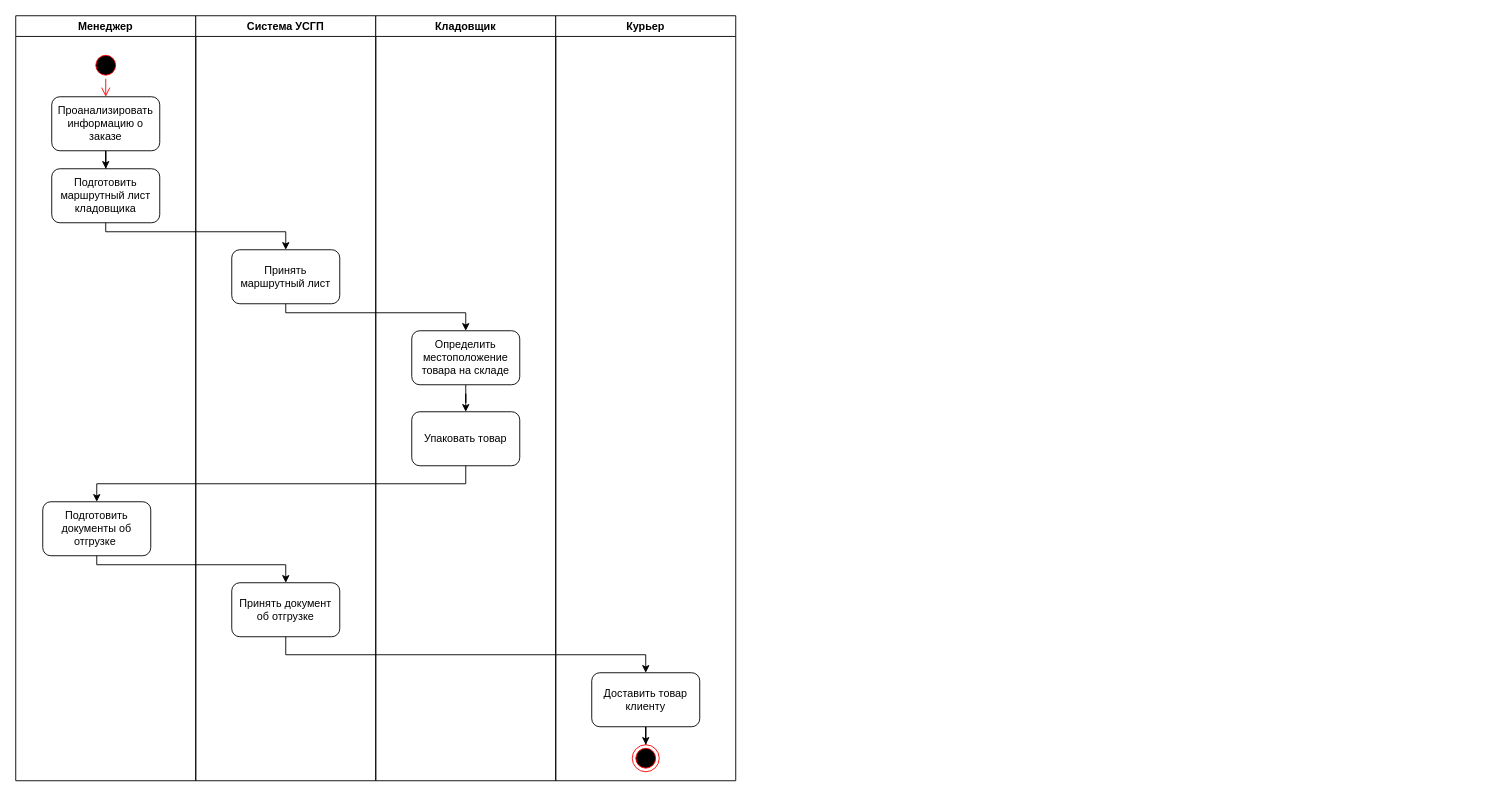
Before: ОРТПС_5.drawio in mopsin666/AKMS, a draw.io diagram. Source tidied: cells renumbered, new cells numbered last; positions are measured from the earlier drawing's top-left corner, leaving out a move shared by most shapes. Both pictures are drawn from the tidied source at 90%, with x=0, y=0 at pixel (15, 15).
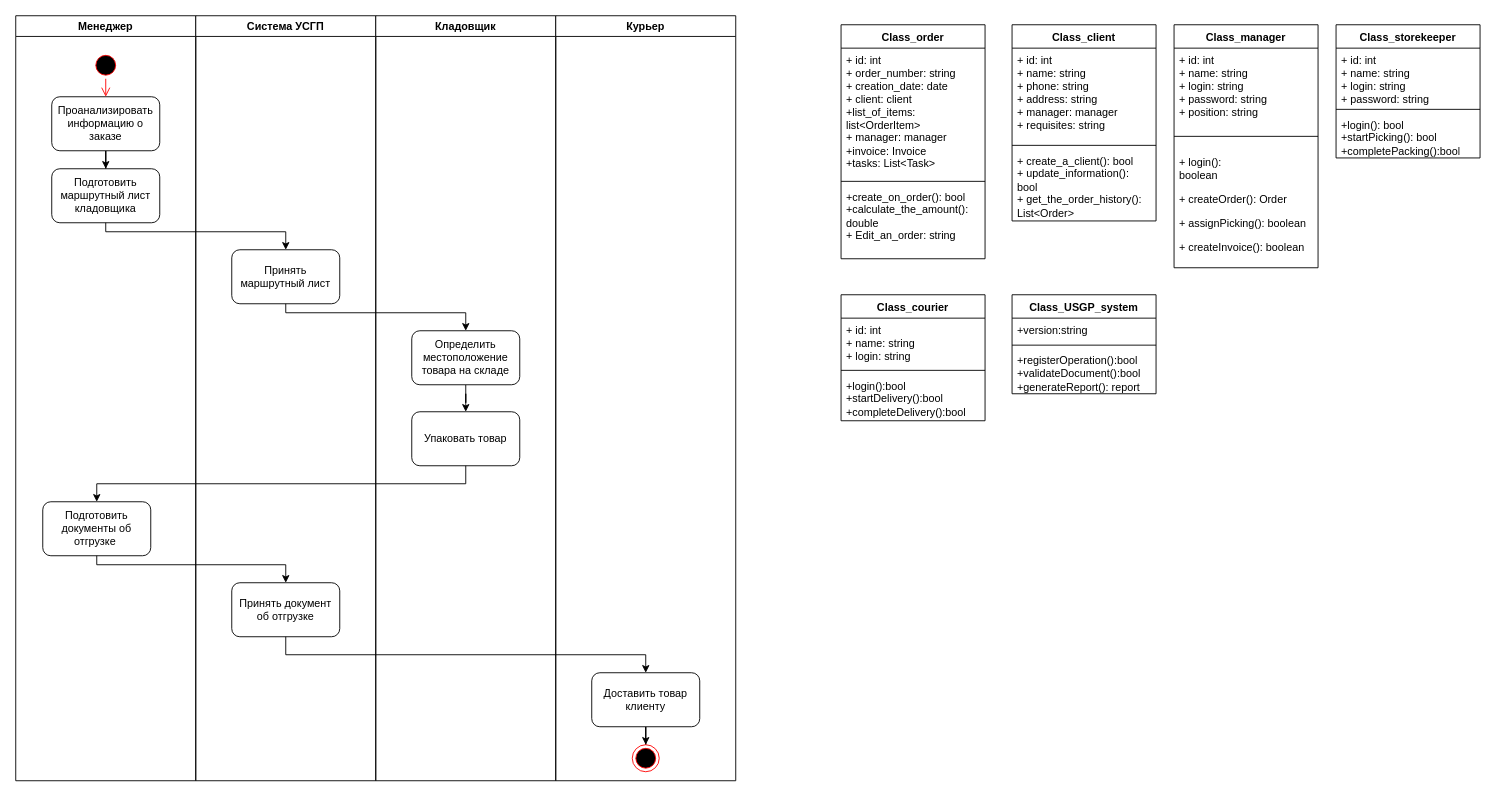
The same diagram, later.

Diff of the diagram source:
```diff
@@
+    <mxCell id="25" value="Class_order" style="swimlane;fontStyle=1;align=center;verticalAlign=top;horizontal=1;startSize=26;whiteSpace=wrap;html=1;" parent="1" vertex="1">
+      <mxGeometry x="917" y="10" width="160" height="260" as="geometry" />
+    </mxCell>
+    <mxCell id="26" value="+ id: int&lt;div&gt;+ order_number: string&amp;nbsp;&lt;/div&gt;&lt;div&gt;+ creation_date: date&lt;/div&gt;&lt;div&gt;+ client: client&lt;/div&gt;&lt;div&gt;+list_of_items: list&amp;lt;OrderItem&amp;gt;&lt;/div&gt;&lt;div&gt;+ manager: manager&lt;/div&gt;&lt;div&gt;+invoice: Invoice&lt;/div&gt;&lt;div&gt;+tasks: List&amp;lt;Task&amp;gt;&lt;/div&gt;" style="text;strokeColor=none;fillColor=none;align=left;verticalAlign=top;spacingLeft=4;spacingRight=4;overflow=hidden;whiteSpace=wrap;html=1;" parent="25" vertex="1">
+      <mxGeometry y="26" width="160" height="144" as="geometry" />
+    </mxCell>
+    <mxCell id="27" style="line;strokeWidth=1;fillColor=none;align=left;verticalAlign=middle;spacingTop=-1;spacingLeft=3;spacingRight=3;labelPosition=right;strokeColor=inherit;" parent="25" vertex="1">
+      <mxGeometry y="170" width="160" height="8" as="geometry" />
+    </mxCell>
+    <mxCell id="28" value="+create_on_order(): bool&lt;div&gt;+calculate_the_amount(): double&lt;/div&gt;&lt;div&gt;+ Edit_an_order: string&lt;/div&gt;" style="text;strokeColor=none;fillColor=none;align=left;verticalAlign=top;spacingLeft=4;spacingRight=4;overflow=hidden;whiteSpace=wrap;html=1;" parent="25" vertex="1">
+      <mxGeometry y="178" width="160" height="82" as="geometry" />
+    </mxCell>
+    <mxCell id="29" value="Class_client" style="swimlane;fontStyle=1;align=center;verticalAlign=top;horizontal=1;startSize=26;whiteSpace=wrap;html=1;" parent="1" vertex="1">
+      <mxGeometry x="1107" y="10" width="160" height="218" as="geometry" />
+    </mxCell>
+    <mxCell id="30" value="+ id: int&lt;div&gt;+ name: string&lt;/div&gt;&lt;div&gt;+ phone: string&lt;/div&gt;&lt;div&gt;+ address: string&lt;/div&gt;&lt;div&gt;+ manager: manager&lt;/div&gt;&lt;div&gt;+ requisites: string&lt;/div&gt;" style="text;strokeColor=none;fillColor=none;align=left;verticalAlign=top;spacingLeft=4;spacingRight=4;overflow=hidden;whiteSpace=wrap;html=1;" parent="29" vertex="1">
+      <mxGeometry y="26" width="160" height="104" as="geometry" />
+    </mxCell>
+    <mxCell id="31" style="line;strokeWidth=1;fillColor=none;align=left;verticalAlign=middle;spacingTop=-1;spacingLeft=3;spacingRight=3;labelPosition=right;strokeColor=inherit;" parent="29" vertex="1">
+      <mxGeometry y="130" width="160" height="8" as="geometry" />
+    </mxCell>
+    <mxCell id="32" value="+ create_a_client(): bool&lt;div&gt;+ update_information(): bool&lt;/div&gt;&lt;div&gt;+ get_the_order_history(): List&amp;lt;Order&amp;gt;&lt;/div&gt;" style="text;strokeColor=none;fillColor=none;align=left;verticalAlign=top;spacingLeft=4;spacingRight=4;overflow=hidden;whiteSpace=wrap;html=1;" parent="29" vertex="1">
+      <mxGeometry y="138" width="160" height="80" as="geometry" />
+    </mxCell>
+    <mxCell id="33" value="Class_manager" style="swimlane;fontStyle=1;align=center;verticalAlign=top;horizontal=1;startSize=26;whiteSpace=wrap;html=1;" parent="1" vertex="1">
+      <mxGeometry x="1287" y="10" width="160" height="270" as="geometry" />
+    </mxCell>
+    <mxCell id="34" value="+ id: int&lt;div&gt;+ name: string&lt;/div&gt;&lt;div&gt;+ login: string&lt;/div&gt;&lt;div&gt;+ password: string&lt;/div&gt;&lt;div&gt;+ position: string&lt;/div&gt;" style="text;strokeColor=none;fillColor=none;align=left;verticalAlign=top;spacingLeft=4;spacingRight=4;overflow=hidden;whiteSpace=wrap;html=1;" parent="33" vertex="1">
+      <mxGeometry y="26" width="160" height="94" as="geometry" />
+    </mxCell>
+    <mxCell id="35" style="line;strokeWidth=1;fillColor=none;align=left;verticalAlign=middle;spacingTop=-1;spacingLeft=3;spacingRight=3;labelPosition=right;strokeColor=inherit;" parent="33" vertex="1">
+      <mxGeometry y="120" width="160" height="8" as="geometry" />
+    </mxCell>
+    <mxCell id="36" value="&lt;p class=&quot;MsoNormal&quot;&gt;&lt;span lang=&quot;EN-US&quot;&gt;+ login():&lt;br&gt;boolean&lt;/span&gt;&lt;/p&gt;&lt;p class=&quot;MsoNormal&quot;&gt;&lt;span style=&quot;background-color: transparent; color: light-dark(rgb(0, 0, 0), rgb(255, 255, 255));&quot;&gt;+&amp;nbsp;&lt;/span&gt;&lt;span style=&quot;background-color: transparent; color: light-dark(rgb(0, 0, 0), rgb(255, 255, 255));&quot;&gt;createOrder(): Order&lt;/span&gt;&lt;/p&gt;&lt;p class=&quot;MsoNormal&quot;&gt;&lt;span style=&quot;background-color: transparent; color: light-dark(rgb(0, 0, 0), rgb(255, 255, 255));&quot;&gt;+&amp;nbsp;&lt;/span&gt;&lt;span style=&quot;background-color: transparent; color: light-dark(rgb(0, 0, 0), rgb(255, 255, 255));&quot;&gt;assignPicking(): boolean&lt;/span&gt;&lt;/p&gt;&lt;p class=&quot;MsoNormal&quot;&gt;&lt;span style=&quot;background-color: transparent; color: light-dark(rgb(0, 0, 0), rgb(255, 255, 255));&quot;&gt;+&amp;nbsp;&lt;/span&gt;&lt;span style=&quot;background-color: transparent; color: light-dark(rgb(0, 0, 0), rgb(255, 255, 255));&quot;&gt;createInvoice(): boolean&lt;/span&gt;&lt;/p&gt;" style="text;strokeColor=none;fillColor=none;align=left;verticalAlign=top;spacingLeft=4;spacingRight=4;overflow=hidden;whiteSpace=wrap;html=1;" parent="33" vertex="1">
+      <mxGeometry y="128" width="160" height="142" as="geometry" />
+    </mxCell>
+    <mxCell id="37" value="Class_storekeeper" style="swimlane;fontStyle=1;align=center;verticalAlign=top;horizontal=1;startSize=26;whiteSpace=wrap;html=1;" parent="1" vertex="1">
+      <mxGeometry x="1467" y="10" width="160" height="148" as="geometry" />
+    </mxCell>
+    <mxCell id="38" value="+ id: int&lt;div&gt;+ name: string&lt;/div&gt;&lt;div&gt;+ login: string&lt;/div&gt;&lt;div&gt;+ password: string&lt;/div&gt;" style="text;strokeColor=none;fillColor=none;align=left;verticalAlign=top;spacingLeft=4;spacingRight=4;overflow=hidden;whiteSpace=wrap;html=1;" parent="37" vertex="1">
+      <mxGeometry y="26" width="160" height="64" as="geometry" />
+    </mxCell>
+    <mxCell id="39" style="line;strokeWidth=1;fillColor=none;align=left;verticalAlign=middle;spacingTop=-1;spacingLeft=3;spacingRight=3;labelPosition=right;strokeColor=inherit;" parent="37" vertex="1">
+      <mxGeometry y="90" width="160" height="8" as="geometry" />
+    </mxCell>
+    <mxCell id="40" value="+login(): bool&lt;div&gt;+startPicking(): bool&lt;/div&gt;&lt;div&gt;+completePacking():bool&lt;/div&gt;" style="text;strokeColor=none;fillColor=none;align=left;verticalAlign=top;spacingLeft=4;spacingRight=4;overflow=hidden;whiteSpace=wrap;html=1;" parent="37" vertex="1">
+      <mxGeometry y="98" width="160" height="50" as="geometry" />
+    </mxCell>
+    <mxCell id="41" value="Class_courier" style="swimlane;fontStyle=1;align=center;verticalAlign=top;horizontal=1;startSize=26;whiteSpace=wrap;html=1;" parent="1" vertex="1">
+      <mxGeometry x="917" y="310" width="160" height="140" as="geometry" />
+    </mxCell>
+    <mxCell id="42" value="+ id: int&lt;div&gt;+ name: string&lt;/div&gt;&lt;div&gt;+ login: string&lt;/div&gt;" style="text;strokeColor=none;fillColor=none;align=left;verticalAlign=top;spacingLeft=4;spacingRight=4;overflow=hidden;whiteSpace=wrap;html=1;" parent="41" vertex="1">
+      <mxGeometry y="26" width="160" height="54" as="geometry" />
+    </mxCell>
+    <mxCell id="43" style="line;strokeWidth=1;fillColor=none;align=left;verticalAlign=middle;spacingTop=-1;spacingLeft=3;spacingRight=3;labelPosition=right;strokeColor=inherit;" parent="41" vertex="1">
+      <mxGeometry y="80" width="160" height="8" as="geometry" />
+    </mxCell>
+    <mxCell id="44" value="+login():bool&lt;div&gt;+startDelivery():bool&lt;/div&gt;&lt;div&gt;+completeDelivery():bool&lt;/div&gt;" style="text;strokeColor=none;fillColor=none;align=left;verticalAlign=top;spacingLeft=4;spacingRight=4;overflow=hidden;whiteSpace=wrap;html=1;" parent="41" vertex="1">
+      <mxGeometry y="88" width="160" height="52" as="geometry" />
+    </mxCell>
+    <mxCell id="45" value="Class_USGP_system" style="swimlane;fontStyle=1;align=center;verticalAlign=top;horizontal=1;startSize=26;whiteSpace=wrap;html=1;" parent="1" vertex="1">
+      <mxGeometry x="1107" y="310" width="160" height="110" as="geometry" />
+    </mxCell>
+    <mxCell id="46" value="+version:string" style="text;strokeColor=none;fillColor=none;align=left;verticalAlign=top;spacingLeft=4;spacingRight=4;overflow=hidden;whiteSpace=wrap;html=1;" parent="45" vertex="1">
+      <mxGeometry y="26" width="160" height="26" as="geometry" />
+    </mxCell>
+    <mxCell id="47" style="line;strokeWidth=1;fillColor=none;align=left;verticalAlign=middle;spacingTop=-1;spacingLeft=3;spacingRight=3;labelPosition=right;strokeColor=inherit;" parent="45" vertex="1">
+      <mxGeometry y="52" width="160" height="8" as="geometry" />
+    </mxCell>
+    <mxCell id="48" value="+registerOperation():bool&lt;div&gt;+validateDocument():bool&lt;/div&gt;&lt;div&gt;+generateReport(): report&lt;/div&gt;" style="text;strokeColor=none;fillColor=none;align=left;verticalAlign=top;spacingLeft=4;spacingRight=4;overflow=hidden;whiteSpace=wrap;html=1;" parent="45" vertex="1">
+      <mxGeometry y="60" width="160" height="50" as="geometry" />
+    </mxCell>
```
